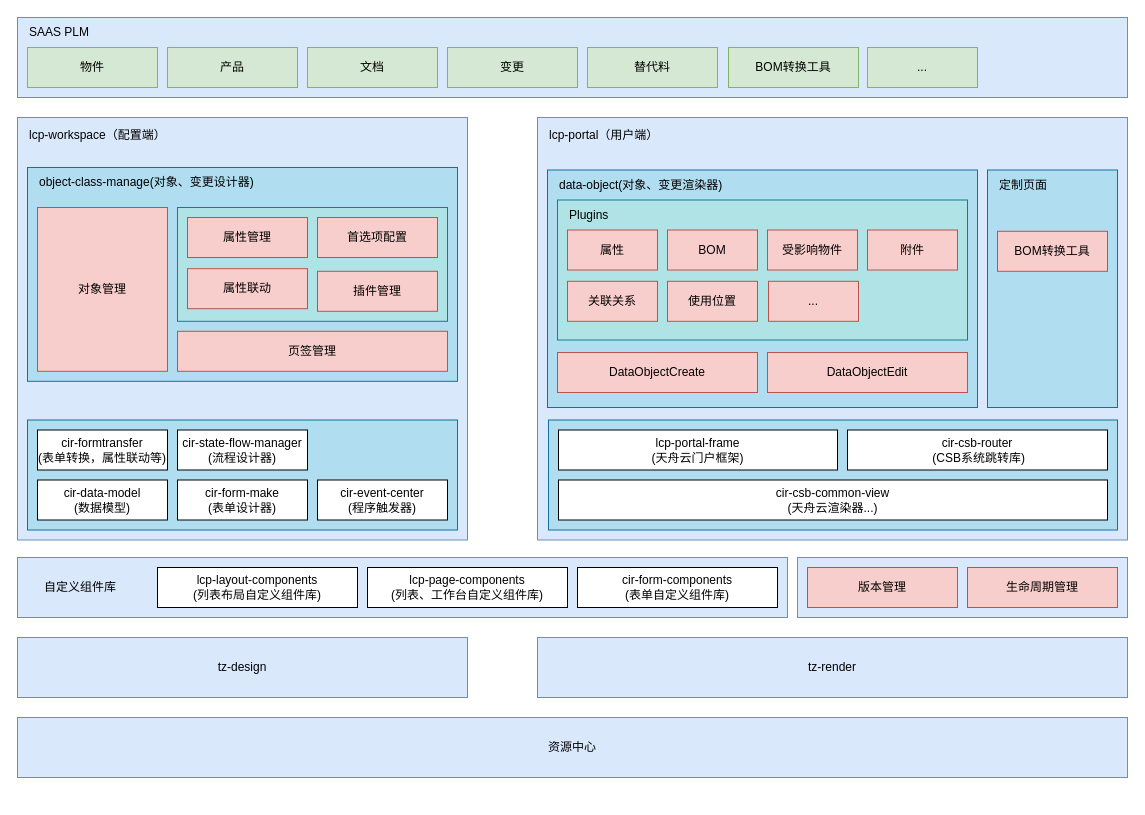
Before: page "第 1 页" (1 of 4) of SAAS PLM.drawio in SikyChen/diagrams, a draw.io diagram. Source tidied: cells renumbered, new cells numbered last; positions are measured from the earlier drawing's top-left corner, leaving out a move shared by most shapes. Both pictures are drawn from the tidied source at 100%, with x=0, y=0 at pixel (17, 17).
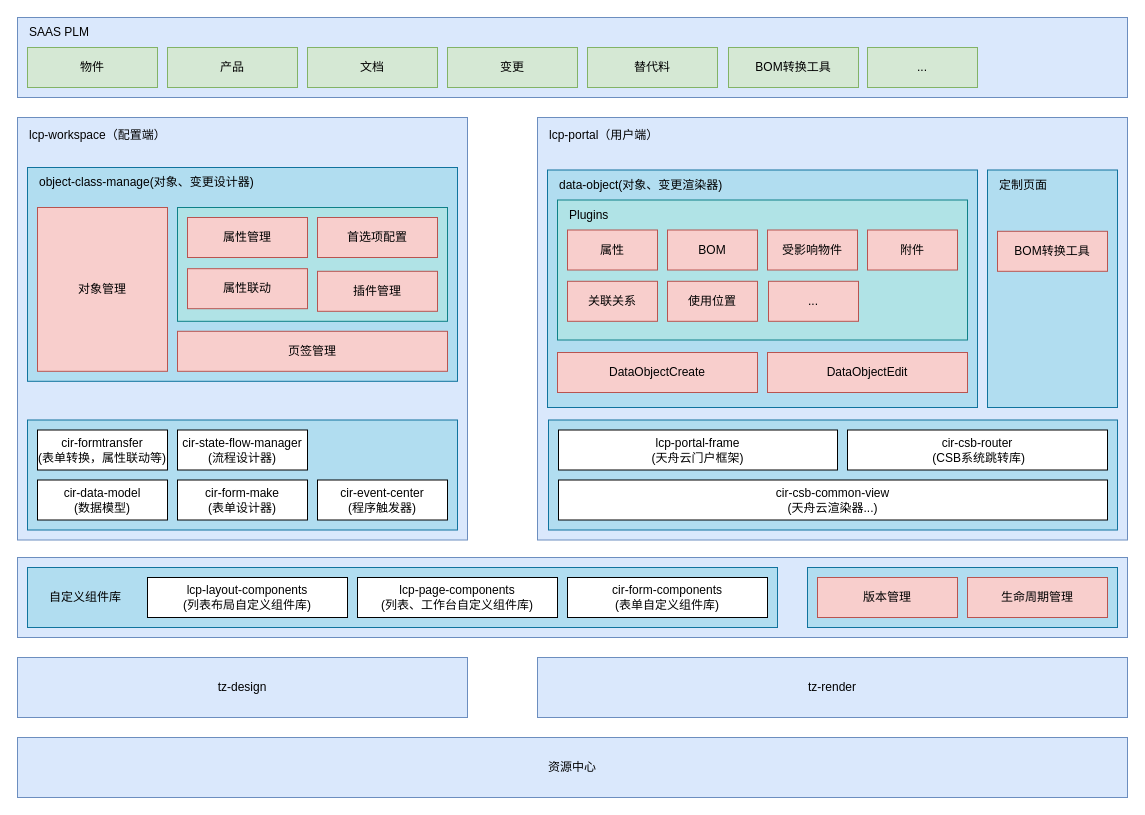
After the change.

The edit, as a diff of the source:
```diff
@@
+    <mxCell id="61" style="rounded=0;whiteSpace=wrap;html=1;fillColor=#dae8fc;strokeColor=#6c8ebf;" parent="1" vertex="1">
+      <mxGeometry y="540" width="1110" height="80" as="geometry" />
+    </mxCell>
@@
     <mxCell id="3" value="tz-design" style="rounded=0;whiteSpace=wrap;html=1;fillColor=#dae8fc;strokeColor=#6c8ebf;" parent="1" vertex="1">
-      <mxGeometry y="620" width="450" height="60" as="geometry" />
+      <mxGeometry y="640" width="450" height="60" as="geometry" />
     </mxCell>
@@
     <mxCell id="5" value="资源中心" style="rounded=0;whiteSpace=wrap;html=1;fillColor=#dae8fc;strokeColor=#6c8ebf;" parent="1" vertex="1">
-      <mxGeometry y="700" width="1110" height="60" as="geometry" />
+      <mxGeometry y="720" width="1110" height="60" as="geometry" />
     </mxCell>
@@
-    <mxCell id="24" style="rounded=0;whiteSpace=wrap;html=1;fillColor=#dae8fc;strokeColor=#6c8ebf;" parent="1" vertex="1">
-      <mxGeometry y="540" width="770" height="60" as="geometry" />
+    <mxCell id="24" style="rounded=0;whiteSpace=wrap;html=1;fillColor=#b1ddf0;strokeColor=#10739e;" parent="1" vertex="1">
+      <mxGeometry x="10" y="550" width="750" height="60" as="geometry" />
     </mxCell>
     <mxCell id="25" value="自定义组件库" style="text;html=1;align=left;verticalAlign=middle;whiteSpace=wrap;rounded=0;" parent="1" vertex="1">
-      <mxGeometry x="25" y="555" width="80" height="30" as="geometry" />
+      <mxGeometry x="30" y="565" width="80" height="30" as="geometry" />
     </mxCell>
     <mxCell id="26" value="&lt;div&gt;lcp-layout-components&lt;/div&gt;&lt;div&gt;(列表布局自定义组件库)&lt;/div&gt;" style="rounded=0;whiteSpace=wrap;html=1;" parent="1" vertex="1">
-      <mxGeometry x="140" y="550" width="200" height="40" as="geometry" />
+      <mxGeometry x="130" y="560" width="200" height="40" as="geometry" />
     </mxCell>
     <mxCell id="27" value="&lt;div&gt;lcp-page-components&lt;/div&gt;&lt;div&gt;(列表、工作台自定义组件库)&lt;/div&gt;" style="rounded=0;whiteSpace=wrap;html=1;" parent="1" vertex="1">
-      <mxGeometry x="350" y="550" width="200" height="40" as="geometry" />
+      <mxGeometry x="340" y="560" width="200" height="40" as="geometry" />
     </mxCell>
     <mxCell id="28" value="&lt;div&gt;cir-form-components&lt;/div&gt;&lt;div&gt;(表单自定义组件库)&lt;/div&gt;" style="rounded=0;whiteSpace=wrap;html=1;" parent="1" vertex="1">
-      <mxGeometry x="560" y="550" width="200" height="40" as="geometry" />
+      <mxGeometry x="550" y="560" width="200" height="40" as="geometry" />
     </mxCell>
     <mxCell id="29" value="tz-render" style="rounded=0;whiteSpace=wrap;html=1;fillColor=#dae8fc;strokeColor=#6c8ebf;" parent="1" vertex="1">
-      <mxGeometry x="520" y="620" width="590" height="60" as="geometry" />
+      <mxGeometry x="520" y="640" width="590" height="60" as="geometry" />
     </mxCell>
@@
-    <mxCell id="45" style="rounded=0;whiteSpace=wrap;html=1;fillColor=#dae8fc;strokeColor=#6c8ebf;" parent="1" vertex="1">
-      <mxGeometry x="780" y="540" width="330" height="60" as="geometry" />
+    <mxCell id="45" style="rounded=0;whiteSpace=wrap;html=1;fillColor=#b1ddf0;strokeColor=#10739e;" parent="1" vertex="1">
+      <mxGeometry x="790" y="550" width="310" height="60" as="geometry" />
     </mxCell>
     <mxCell id="46" value="版本管理" style="rounded=0;whiteSpace=wrap;html=1;fillColor=#f8cecc;strokeColor=#b85450;" parent="1" vertex="1">
-      <mxGeometry x="790" y="550" width="150" height="40" as="geometry" />
+      <mxGeometry x="800" y="560" width="140" height="40" as="geometry" />
     </mxCell>
     <mxCell id="47" value="生命周期管理" style="rounded=0;whiteSpace=wrap;html=1;fillColor=#f8cecc;strokeColor=#b85450;" parent="1" vertex="1">
-      <mxGeometry x="950" y="550" width="150" height="40" as="geometry" />
+      <mxGeometry x="950" y="560" width="140" height="40" as="geometry" />
     </mxCell>
```
